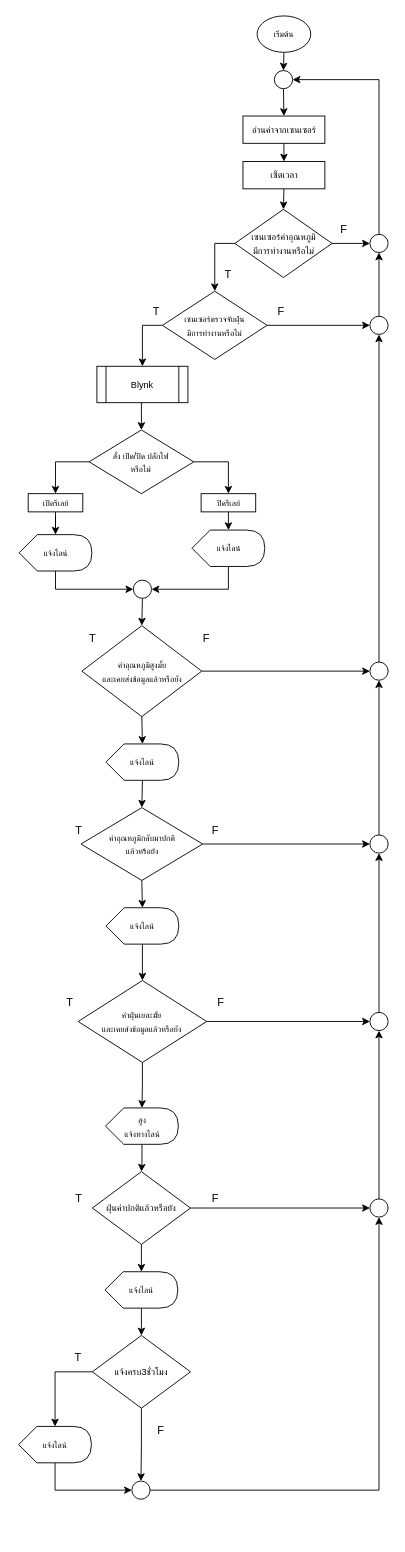
Pteeradet/Pteeradet keeps this draw.io diagram as IoT Project.drawio. Above is the earlier version. Source tidied: cells renumbered, new cells numbered last; positions are measured from the earlier drawing's top-left corner, leaving out a move shared by most shapes. Both pictures are drawn from the tidied source at 91%, with x=0, y=0 at pixel (18, 15).
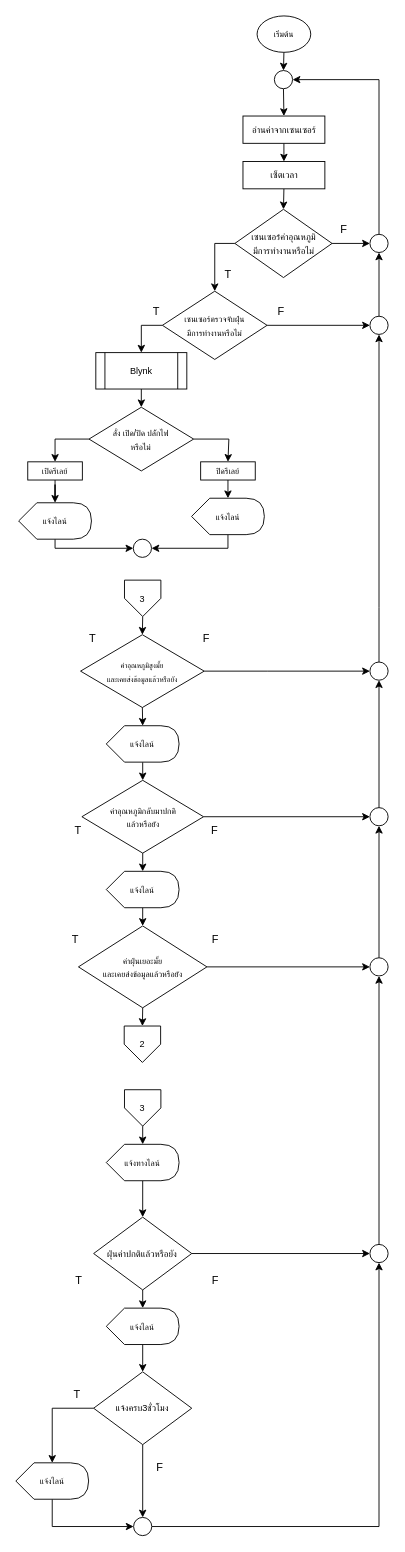
The same diagram, later.

Unchanged cells that the change refers to:
```xml
<mxCell id="61" style="ellipse;whiteSpace=wrap;html=1;" parent="1" vertex="1">
  <mxGeometry x="386" y="330" width="20" height="20" as="geometry" />
</mxCell>
<mxCell id="69" style="ellipse;whiteSpace=wrap;html=1;" parent="1" vertex="1">
  <mxGeometry x="386" y="710" width="20" height="20" as="geometry" />
</mxCell>
```

The edit, as a diff of the source:
```diff
@@
     <mxCell id="7" value="&lt;font size=&quot;1&quot;&gt;Blynk&lt;/font&gt;" style="shape=process;whiteSpace=wrap;html=1;backgroundOutline=1;" parent="1" vertex="1">
-      <mxGeometry x="86" y="385" width="100" height="40" as="geometry" />
+      <mxGeometry x="84.8" y="370" width="100" height="40" as="geometry" />
     </mxCell>
@@
-    <mxCell id="19" value="F" style="text;html=1;align=center;verticalAlign=middle;strokeColor=none;fillColor=none;" parent="1" vertex="1">
-      <mxGeometry x="206.6" y="1070" width="30" height="30" as="geometry" />
-    </mxCell>
     <mxCell id="20" value="T" style="text;html=1;align=center;verticalAlign=middle;strokeColor=none;fillColor=none;" parent="1" vertex="1">
-      <mxGeometry x="50.5" y="1285" width="30" height="30" as="geometry" />
+      <mxGeometry x="50.5" y="1375" width="30" height="30" as="geometry" />
     </mxCell>
@@
     <mxCell id="24" value="&lt;font style=&quot;font-size: 9px;&quot;&gt;แจ้งไลน์&lt;/font&gt;" style="shape=display;whiteSpace=wrap;html=1;" parent="1" vertex="1">
-      <mxGeometry x="96" y="800" width="80" height="40" as="geometry" />
+      <mxGeometry x="96.3" y="780" width="80" height="40" as="geometry" />
     </mxCell>
@@
     <mxCell id="26" style="edgeStyle=orthogonalEdgeStyle;rounded=0;jettySize=auto;html=1;exitX=1;exitY=0.5;exitDx=0;exitDy=0;entryX=0.5;entryY=0;entryDx=0;entryDy=0;" parent="1" edge="1" source="27" target="37">
       <mxGeometry relative="1" as="geometry">
         <Array as="points">
-          <mxPoint x="231" y="490" />
-          <mxPoint x="231" y="525" />
+          <mxPoint x="231" y="465" />
         </Array>
       </mxGeometry>
     </mxCell>
     <mxCell id="27" value="&lt;font style=&quot;font-size: 9px;&quot;&gt;สั่ง เปิด/ปิด ปลัํกไฟ&lt;/font&gt;&lt;div&gt;&lt;font style=&quot;font-size: 9px;&quot;&gt;หรือไม่&lt;/font&gt;&lt;/div&gt;" style="rhombus;whiteSpace=wrap;html=1;" parent="1" vertex="1">
-      <mxGeometry x="77.4" y="455" width="115" height="70" as="geometry" />
+      <mxGeometry x="77.3" y="430" width="115" height="70" as="geometry" />
     </mxCell>
-    <mxCell id="28" style="edgeStyle=orthogonalEdgeStyle;rounded=0;jettySize=auto;html=1;exitX=1;exitY=0.5;exitDx=0;exitDy=0;entryX=0;entryY=0.5;entryDx=0;entryDy=0;" parent="1" edge="1" source="29" target="75">
-      <mxGeometry relative="1" as="geometry">
-        <Array as="points">
-          <mxPoint x="386" y="1105" />
-        </Array>
-      </mxGeometry>
-    </mxCell>
-    <mxCell id="29" value="&lt;font style=&quot;font-size: 9px;&quot;&gt;ค่าฝุ่นเยอะมั้ย&lt;/font&gt;&lt;div&gt;&lt;span style=&quot;font-size: 9px;&quot;&gt;และเคยส่งข้อมูลแล้วหรือยัง&lt;/span&gt;&lt;font size=&quot;1&quot;&gt;&lt;br&gt;&lt;/font&gt;&lt;/div&gt;" style="rhombus;whiteSpace=wrap;html=1;" parent="1" vertex="1">
-      <mxGeometry x="65.4" y="1060" width="141.2" height="90" as="geometry" />
-    </mxCell>
     <mxCell id="30" style="edgeStyle=orthogonalEdgeStyle;rounded=0;jettySize=auto;html=1;exitX=1;exitY=0.5;exitDx=0;exitDy=0;entryX=0;entryY=0.5;entryDx=0;entryDy=0;" parent="1" edge="1" source="31" target="69">
-      <mxGeometry relative="1" as="geometry" />
+      <mxGeometry relative="1" as="geometry">
+        <Array as="points">
+          <mxPoint x="273.8" y="720" />
+          <mxPoint x="273.8" y="720" />
+        </Array>
+      </mxGeometry>
     </mxCell>
-    <mxCell id="31" value="&lt;span style=&quot;font-size: 9px;&quot;&gt;ค่าอุณหภูมิสูงมั้ย&lt;/span&gt;&lt;div&gt;&lt;span style=&quot;font-size: 9px;&quot;&gt;และเคยส่งข้อมูลแล้วหรือยัง&lt;/span&gt;&lt;/div&gt;" style="rhombus;whiteSpace=wrap;html=1;" parent="1" vertex="1">
-      <mxGeometry x="69.5" y="670" width="131.7" height="100" as="geometry" />
+    <mxCell id="31" value="&lt;font style=&quot;font-size: 8px;&quot;&gt;ค่าอุณหภูมิสูงมั้ย&lt;/font&gt;&lt;div&gt;&lt;font style=&quot;font-size: 8px;&quot;&gt;และเคยส่งข้อมูลแล้วหรือยัง&lt;/font&gt;&lt;/div&gt;" style="rhombus;whiteSpace=wrap;html=1;" parent="1" vertex="1">
+      <mxGeometry x="68" y="680" width="135.9" height="80" as="geometry" />
     </mxCell>
     <mxCell id="32" value="F" style="text;html=1;align=center;verticalAlign=middle;strokeColor=none;fillColor=none;" parent="1" vertex="1">
-      <mxGeometry x="200.5" y="1285" width="30" height="30" as="geometry" />
+      <mxGeometry x="200.5" y="1375" width="30" height="30" as="geometry" />
     </mxCell>
-    <mxCell id="33" style="edgeStyle=orthogonalEdgeStyle;rounded=0;jettySize=auto;html=1;exitX=0;exitY=0;exitDx=40;exitDy=40;exitPerimeter=0;" parent="1" edge="1" source="34" target="50">
-      <mxGeometry relative="1" as="geometry" />
-    </mxCell>
-    <mxCell id="34" value="&lt;font style=&quot;font-size: 9px;&quot;&gt;สูง&lt;/font&gt;&lt;div&gt;&lt;font style=&quot;font-size: 9px;&quot;&gt;แจ้งทางไลน์&lt;br&gt;&lt;/font&gt;&lt;/div&gt;" style="shape=display;whiteSpace=wrap;html=1;" parent="1" vertex="1">
-      <mxGeometry x="95.5" y="1200" width="80" height="40" as="geometry" />
-    </mxCell>
@@
     <mxCell id="36" value="&lt;font style=&quot;font-size: 9px;&quot;&gt;เปิดรีเลย์&lt;/font&gt;" style="rounded=0;whiteSpace=wrap;html=1;" parent="1" vertex="1">
-      <mxGeometry x="10.5" y="525" width="60" height="20" as="geometry" />
+      <mxGeometry x="10" y="490" width="60" height="20" as="geometry" />
     </mxCell>
     <mxCell id="37" value="&lt;font style=&quot;font-size: 9px;&quot;&gt;ปิดรีเลย์&lt;/font&gt;" style="rounded=0;whiteSpace=wrap;html=1;" parent="1" vertex="1">
-      <mxGeometry x="200.5" y="525" width="60" height="20" as="geometry" />
+      <mxGeometry x="200" y="490" width="60" height="20" as="geometry" />
     </mxCell>
     <mxCell id="38" style="edgeStyle=orthogonalEdgeStyle;rounded=0;jettySize=auto;html=1;exitX=0;exitY=0;exitDx=40;exitDy=40;exitPerimeter=0;entryX=0;entryY=0.5;entryDx=0;entryDy=0;" parent="1" edge="1" source="39" target="44">
-      <mxGeometry relative="1" as="geometry" />
+      <mxGeometry relative="1" as="geometry">
+        <Array as="points">
+          <mxPoint x="40" y="585" />
+        </Array>
+      </mxGeometry>
     </mxCell>
     <mxCell id="39" value="&lt;font style=&quot;font-size: 9px;&quot;&gt;แจ้งไลน์&lt;/font&gt;" style="shape=display;whiteSpace=wrap;html=1;" parent="1" vertex="1">
-      <mxGeometry x="0.5" y="570" width="80" height="40" as="geometry" />
+      <mxGeometry y="535" width="80" height="40" as="geometry" />
     </mxCell>
     <mxCell id="40" style="edgeStyle=orthogonalEdgeStyle;rounded=0;jettySize=auto;html=1;exitX=0;exitY=0;exitDx=40;exitDy=40;exitPerimeter=0;entryX=1;entryY=0.5;entryDx=0;entryDy=0;" parent="1" edge="1" source="41" target="44">
-      <mxGeometry relative="1" as="geometry" />
+      <mxGeometry relative="1" as="geometry">
+        <Array as="points">
+          <mxPoint x="230" y="585" />
+        </Array>
+      </mxGeometry>
     </mxCell>
     <mxCell id="41" value="&lt;font style=&quot;font-size: 9px;&quot;&gt;แจ้งไลน์&lt;/font&gt;" style="shape=display;whiteSpace=wrap;html=1;" parent="1" vertex="1">
-      <mxGeometry x="190.5" y="565" width="80" height="40" as="geometry" />
+      <mxGeometry x="190" y="530" width="80" height="40" as="geometry" />
     </mxCell>
@@
-    <mxCell id="43" style="edgeStyle=orthogonalEdgeStyle;rounded=0;jettySize=auto;html=1;exitX=0.5;exitY=1;exitDx=0;exitDy=0;entryX=0.5;entryY=0;entryDx=0;entryDy=0;" parent="1" edge="1" source="44" target="31">
-      <mxGeometry relative="1" as="geometry" />
-    </mxCell>
     <mxCell id="44" style="ellipse;whiteSpace=wrap;html=1;" parent="1" vertex="1">
-      <mxGeometry x="126" y="620" width="20" height="20" as="geometry" />
+      <mxGeometry x="126" y="575" width="20" height="20" as="geometry" />
     </mxCell>
-    <mxCell id="45" value="T" style="text;html=1;align=center;verticalAlign=middle;strokeColor=none;fillColor=none;" parent="1" vertex="1">
-      <mxGeometry x="40.5" y="1070" width="30" height="30" as="geometry" />
-    </mxCell>
@@
     <mxCell id="47" style="ellipse;whiteSpace=wrap;html=1;" parent="1" vertex="1">
-      <mxGeometry x="124.4" y="1610" width="20" height="20" as="geometry" />
+      <mxGeometry x="126.3" y="1650" width="20" height="20" as="geometry" />
     </mxCell>
@@
     <mxCell id="50" value="&lt;font size=&quot;1&quot;&gt;ฝุ่นค่าปกติแล้วหรือยัง&lt;/font&gt;" style="rhombus;whiteSpace=wrap;html=1;" parent="1" vertex="1">
-      <mxGeometry x="81" y="1270" width="107.8" height="80" as="geometry" />
+      <mxGeometry x="82.4" y="1320" width="107.8" height="80" as="geometry" />
     </mxCell>
@@
     <mxCell id="52" value="&lt;div&gt;&lt;font style=&quot;font-size: 9px;&quot;&gt;แจ้งไลน์&lt;br&gt;&lt;/font&gt;&lt;/div&gt;" style="shape=display;whiteSpace=wrap;html=1;" parent="1" vertex="1">
-      <mxGeometry x="94.9" y="1380" width="80" height="40" as="geometry" />
+      <mxGeometry x="96.3" y="1420" width="80" height="40" as="geometry" />
     </mxCell>
@@
     <mxCell id="54" value="&lt;font size=&quot;1&quot;&gt;แจ้งครบ3ชั่วโมง&lt;/font&gt;" style="rhombus;whiteSpace=wrap;html=1;" parent="1" vertex="1">
-      <mxGeometry x="81" y="1450" width="107.8" height="80" as="geometry" />
+      <mxGeometry x="82.4" y="1490" width="107.8" height="80" as="geometry" />
     </mxCell>
@@
     <mxCell id="56" value="&lt;div&gt;&lt;font style=&quot;font-size: 9px;&quot;&gt;แจ้งไลน์&lt;br&gt;&lt;/font&gt;&lt;/div&gt;" style="shape=display;whiteSpace=wrap;html=1;" parent="1" vertex="1">
-      <mxGeometry y="1550" width="80" height="40" as="geometry" />
+      <mxGeometry x="-3.1" y="1590" width="80" height="40" as="geometry" />
     </mxCell>
-    <mxCell id="57" style="edgeStyle=orthogonalEdgeStyle;rounded=0;jettySize=auto;html=1;exitX=0;exitY=0.5;exitDx=0;exitDy=0;entryX=0;entryY=0;entryDx=40;entryDy=0;entryPerimeter=0;" parent="1" edge="1" source="54" target="56">
-      <mxGeometry relative="1" as="geometry" />
-    </mxCell>
     <mxCell id="58" value="T" style="text;html=1;align=center;verticalAlign=middle;strokeColor=none;fillColor=none;" parent="1" vertex="1">
-      <mxGeometry x="50" y="1460" width="30" height="30" as="geometry" />
+      <mxGeometry x="49.4" y="1500" width="30" height="30" as="geometry" />
     </mxCell>
     <mxCell id="59" value="F" style="text;html=1;align=center;verticalAlign=middle;strokeColor=none;fillColor=none;" parent="1" vertex="1">
-      <mxGeometry x="140.5" y="1540" width="30" height="30" as="geometry" />
+      <mxGeometry x="139.9" y="1580" width="30" height="30" as="geometry" />
     </mxCell>
@@
     <mxCell id="66" style="edgeStyle=orthogonalEdgeStyle;rounded=0;jettySize=auto;html=1;exitX=1;exitY=0.5;exitDx=0;exitDy=0;entryX=0;entryY=0.5;entryDx=0;entryDy=0;" parent="1" edge="1" source="67" target="73">
-      <mxGeometry relative="1" as="geometry" />
+      <mxGeometry relative="1" as="geometry">
+        <Array as="points">
+          <mxPoint x="383.8" y="880" />
+        </Array>
+      </mxGeometry>
     </mxCell>
     <mxCell id="67" value="&lt;font style=&quot;font-size: 9px;&quot;&gt;ค่าอุณหภูมิกลับมาปกติ&lt;/font&gt;&lt;div&gt;&lt;font style=&quot;font-size: 9px;&quot;&gt;แล้วหรือยัง&lt;/font&gt;&lt;/div&gt;" style="rhombus;whiteSpace=wrap;html=1;" parent="1" vertex="1">
-      <mxGeometry x="68.5" y="870" width="133.7" height="80" as="geometry" />
+      <mxGeometry x="69.5" y="840" width="133.7" height="80" as="geometry" />
     </mxCell>
     <mxCell id="68" style="edgeStyle=orthogonalEdgeStyle;rounded=0;jettySize=auto;html=1;exitX=0.5;exitY=0;exitDx=0;exitDy=0;entryX=0.5;entryY=1;entryDx=0;entryDy=0;" parent="1" edge="1" source="69" target="61">
-      <mxGeometry relative="1" as="geometry" />
+      <mxGeometry relative="1" as="geometry">
+        <Array as="points">
+          <mxPoint x="396" y="650" />
+        </Array>
+      </mxGeometry>
     </mxCell>
@@
     <mxCell id="71" value="&lt;div&gt;&lt;font style=&quot;font-size: 9px;&quot;&gt;แจ้งไลน์&lt;/font&gt;&lt;/div&gt;" style="shape=display;whiteSpace=wrap;html=1;" parent="1" vertex="1">
-      <mxGeometry x="96" y="980" width="80" height="40" as="geometry" />
+      <mxGeometry x="96.3" y="940" width="80" height="40" as="geometry" />
     </mxCell>
@@
     <mxCell id="73" style="ellipse;whiteSpace=wrap;html=1;" parent="1" vertex="1">
-      <mxGeometry x="386" y="900" width="20" height="20" as="geometry" />
+      <mxGeometry x="386" y="870" width="20" height="20" as="geometry" />
     </mxCell>
-    <mxCell id="74" style="edgeStyle=orthogonalEdgeStyle;rounded=0;jettySize=auto;html=1;exitX=0.5;exitY=0;exitDx=0;exitDy=0;entryX=0.5;entryY=1;entryDx=0;entryDy=0;" parent="1" edge="1" source="75" target="73">
-      <mxGeometry relative="1" as="geometry" />
-    </mxCell>
-    <mxCell id="75" style="ellipse;whiteSpace=wrap;html=1;" parent="1" vertex="1">
-      <mxGeometry x="386" y="1095" width="20" height="20" as="geometry" />
-    </mxCell>
-    <mxCell id="76" style="edgeStyle=orthogonalEdgeStyle;rounded=0;jettySize=auto;html=1;exitX=0.5;exitY=0;exitDx=0;exitDy=0;entryX=0.5;entryY=1;entryDx=0;entryDy=0;" parent="1" edge="1" source="77" target="75">
-      <mxGeometry relative="1" as="geometry" />
-    </mxCell>
+    <mxCell id="84" style="edgeStyle=orthogonalEdgeStyle;rounded=0;jettySize=auto;html=1;exitX=0.5;exitY=0;exitDx=0;exitDy=0;entryX=0.5;entryY=1;entryDx=0;entryDy=0;" parent="1" edge="1" source="77" target="95">
+      <mxGeometry relative="1" as="geometry" />
+    </mxCell>
     <mxCell id="77" style="ellipse;whiteSpace=wrap;html=1;" parent="1" vertex="1">
-      <mxGeometry x="386" y="1300" width="20" height="20" as="geometry" />
+      <mxGeometry x="386" y="1350" width="20" height="20" as="geometry" />
     </mxCell>
     <mxCell id="78" value="T" style="text;html=1;align=center;verticalAlign=middle;strokeColor=none;fillColor=none;" parent="1" vertex="1">
-      <mxGeometry x="50.5" y="880" width="30" height="30" as="geometry" />
+      <mxGeometry x="50" y="880" width="30" height="30" as="geometry" />
     </mxCell>
     <mxCell id="79" value="F" style="text;html=1;align=center;verticalAlign=middle;strokeColor=none;fillColor=none;" parent="1" vertex="1">
-      <mxGeometry x="200.5" y="880" width="30" height="30" as="geometry" />
+      <mxGeometry x="200" y="880" width="30" height="30" as="geometry" />
     </mxCell>
@@
-    <mxCell id="82" style="edgeStyle=orthogonalEdgeStyle;rounded=0;jettySize=auto;html=1;exitX=0.5;exitY=1;exitDx=0;exitDy=0;entryX=0;entryY=0;entryDx=40;entryDy=0;entryPerimeter=0;" parent="1" edge="1" source="29" target="34">
-      <mxGeometry relative="1" as="geometry" />
-    </mxCell>
@@
+    <mxCell id="85" style="edgeStyle=orthogonalEdgeStyle;rounded=0;jettySize=auto;html=1;exitX=0.5;exitY=1;exitDx=0;exitDy=0;entryX=0.5;entryY=0;entryDx=0;entryDy=0;" parent="1" edge="1" source="86" target="31">
+      <mxGeometry relative="1" as="geometry" />
+    </mxCell>
+    <mxCell id="86" value="&lt;font size=&quot;1&quot;&gt;3&lt;/font&gt;" style="shape=offPageConnector;whiteSpace=wrap;html=1;size=0.5;" parent="1" vertex="1">
+      <mxGeometry x="116.3" y="620" width="40" height="40" as="geometry" />
+    </mxCell>
+    <mxCell id="57" style="edgeStyle=orthogonalEdgeStyle;rounded=0;jettySize=auto;html=1;exitX=0;exitY=0.5;exitDx=0;exitDy=0;entryX=0;entryY=0;entryDx=40;entryDy=0;entryPerimeter=0;" parent="1" edge="1" source="54" target="56">
+      <mxGeometry relative="1" as="geometry" />
+    </mxCell>
+    <mxCell id="19" value="F" style="text;html=1;align=center;verticalAlign=middle;strokeColor=none;fillColor=none;" parent="1" vertex="1">
+      <mxGeometry x="200.5" y="1000" width="30" height="30" as="geometry" />
+    </mxCell>
+    <mxCell id="87" style="edgeStyle=orthogonalEdgeStyle;rounded=0;jettySize=auto;html=1;exitX=0.5;exitY=1;exitDx=0;exitDy=0;entryX=0.5;entryY=0;entryDx=0;entryDy=0;" parent="1" edge="1" source="29" target="91">
+      <mxGeometry relative="1" as="geometry" />
+    </mxCell>
+    <mxCell id="88" style="edgeStyle=orthogonalEdgeStyle;rounded=0;jettySize=auto;html=1;exitX=1;exitY=0.5;exitDx=0;exitDy=0;entryX=0;entryY=0.5;entryDx=0;entryDy=0;" parent="1" edge="1" source="29" target="95">
+      <mxGeometry relative="1" as="geometry" />
+    </mxCell>
+    <mxCell id="29" value="&lt;font style=&quot;font-size: 9px;&quot;&gt;ค่าฝุ่นเยอะมั้ย&lt;/font&gt;&lt;div&gt;&lt;span style=&quot;font-size: 9px;&quot;&gt;และเคยส่งข้อมูลแล้วหรือยัง&lt;/span&gt;&lt;font size=&quot;1&quot;&gt;&lt;br&gt;&lt;/font&gt;&lt;/div&gt;" style="rhombus;whiteSpace=wrap;html=1;" parent="1" vertex="1">
+      <mxGeometry x="65.7" y="1000" width="141.2" height="90" as="geometry" />
+    </mxCell>
+    <mxCell id="45" value="T" style="text;html=1;align=center;verticalAlign=middle;strokeColor=none;fillColor=none;" parent="1" vertex="1">
+      <mxGeometry x="47.3" y="1000" width="30" height="30" as="geometry" />
+    </mxCell>
+    <mxCell id="89" style="edgeStyle=orthogonalEdgeStyle;rounded=0;jettySize=auto;html=1;exitX=0;exitY=0;exitDx=40;exitDy=40;exitPerimeter=0;entryX=0.5;entryY=0;entryDx=0;entryDy=0;" parent="1" edge="1" source="90" target="50">
+      <mxGeometry relative="1" as="geometry" />
+    </mxCell>
+    <mxCell id="90" value="&lt;div&gt;&lt;font style=&quot;font-size: 9px;&quot;&gt;แจ้งทางไลน์&lt;br&gt;&lt;/font&gt;&lt;/div&gt;" style="shape=display;whiteSpace=wrap;html=1;" parent="1" vertex="1">
+      <mxGeometry x="96.3" y="1240" width="80" height="40" as="geometry" />
+    </mxCell>
+    <mxCell id="91" value="&lt;font size=&quot;1&quot;&gt;2&lt;/font&gt;" style="shape=offPageConnector;whiteSpace=wrap;html=1;size=0.5;" parent="1" vertex="1">
+      <mxGeometry x="116" y="1110" width="40" height="40" as="geometry" />
+    </mxCell>
+    <mxCell id="92" value="&lt;font size=&quot;1&quot;&gt;3&lt;/font&gt;" style="shape=offPageConnector;whiteSpace=wrap;html=1;size=0.5;" parent="1" vertex="1">
+      <mxGeometry x="116.3" y="1180" width="40" height="40" as="geometry" />
+    </mxCell>
+    <mxCell id="93" style="edgeStyle=orthogonalEdgeStyle;rounded=0;jettySize=auto;html=1;exitX=0.5;exitY=1;exitDx=0;exitDy=0;entryX=0;entryY=0;entryDx=40;entryDy=0;entryPerimeter=0;" parent="1" edge="1" source="92" target="90">
+      <mxGeometry relative="1" as="geometry" />
+    </mxCell>
+    <mxCell id="94" style="edgeStyle=orthogonalEdgeStyle;rounded=0;jettySize=auto;html=1;exitX=0.5;exitY=0;exitDx=0;exitDy=0;entryX=0.5;entryY=1;entryDx=0;entryDy=0;" parent="1" edge="1" source="95" target="73">
+      <mxGeometry relative="1" as="geometry" />
+    </mxCell>
+    <mxCell id="95" style="ellipse;whiteSpace=wrap;html=1;" parent="1" vertex="1">
+      <mxGeometry x="386" y="1035" width="20" height="20" as="geometry" />
+    </mxCell>
```
